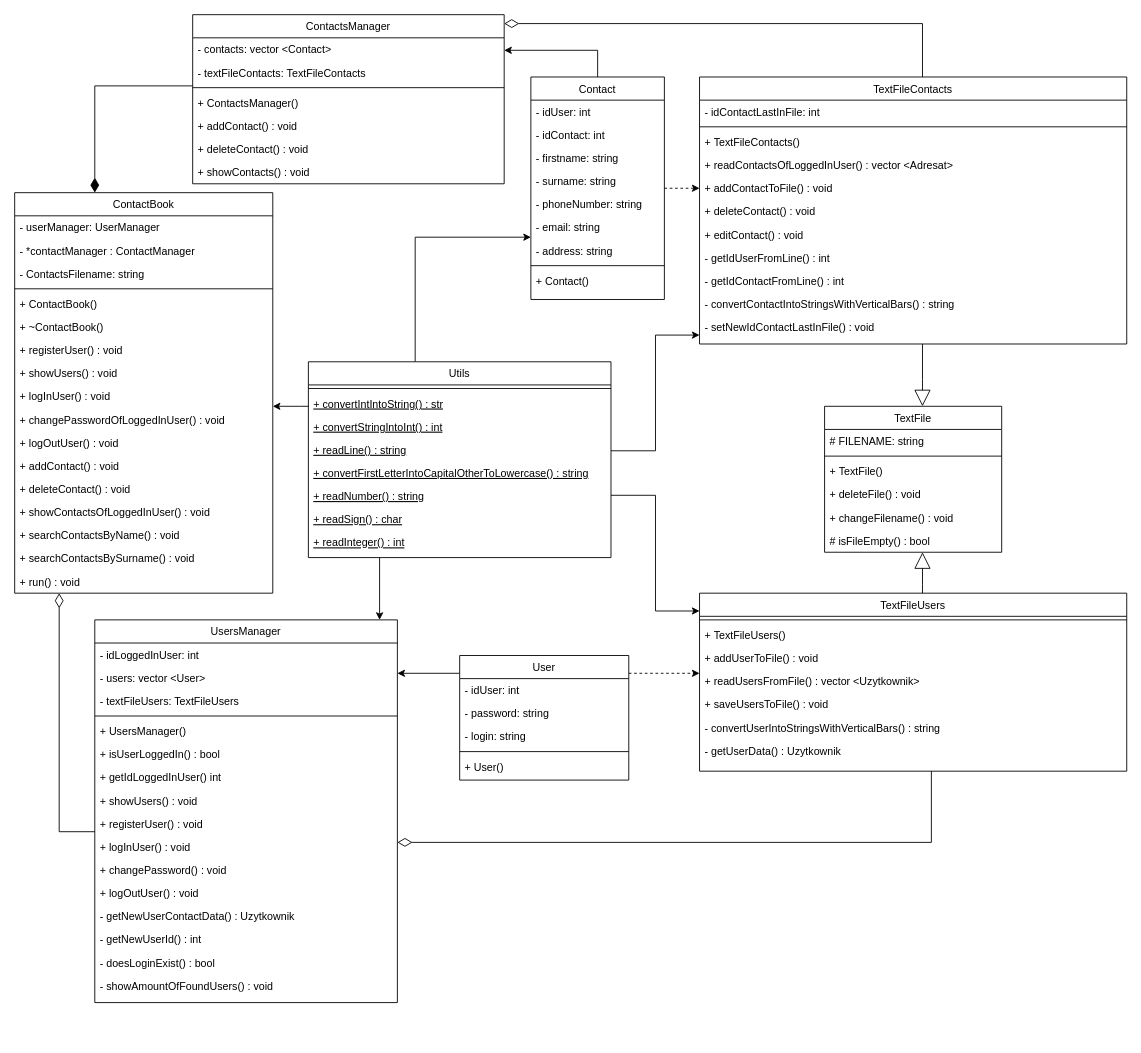
Earlier version of the draw.io diagram doc/contact-book.drawio (MichalWilczek/address-book-FutureProgrammer). Source tidied: cells renumbered, new cells numbered last; positions are measured from the earlier drawing's top-left corner, leaving out a move shared by most shapes. Both pictures are drawn from the tidied source at 89%, with x=0, y=0 at pixel (14, 14).
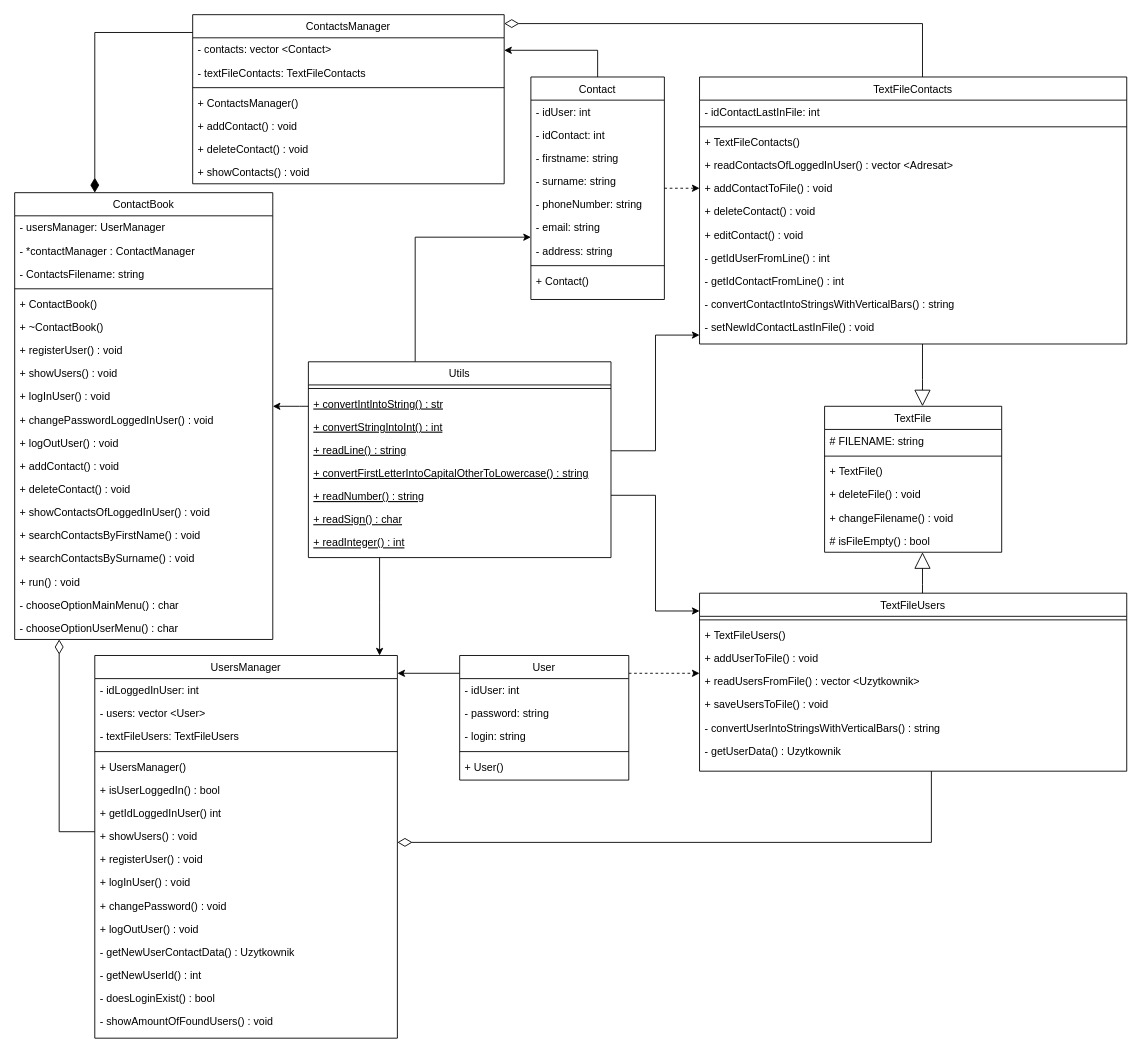
The same page after the edit.

The change refers to these unchanged cells:
```xml
<mxCell id="58" value="ContactsManager" style="swimlane;fontStyle=0;align=center;verticalAlign=top;horizontal=1;startSize=26;rounded=0;shadow=0;strokeWidth=1;" parent="1" vertex="1">
  <mxGeometry x="200" width="350" height="190" as="geometry" />
</mxCell>
```

The edit, as a diff of the source:
```diff
@@
     <mxCell id="2" value="UsersManager" style="swimlane;fontStyle=0;align=center;verticalAlign=top;horizontal=1;startSize=26;rounded=0;shadow=0;strokeWidth=1;" parent="1" vertex="1">
-      <mxGeometry x="90" y="680" width="340" height="430" as="geometry" />
+      <mxGeometry x="90" y="720" width="340" height="430" as="geometry" />
     </mxCell>
@@
     <mxCell id="66" value="ContactBook" style="swimlane;fontStyle=0;align=center;verticalAlign=top;horizontal=1;startSize=26;rounded=0;shadow=0;strokeWidth=1;" parent="1" vertex="1">
-      <mxGeometry y="200" width="290" height="450" as="geometry" />
+      <mxGeometry y="200" width="290" height="502" as="geometry" />
     </mxCell>
-    <mxCell id="67" value="- userManager: UserManager" style="text;align=left;verticalAlign=top;spacingLeft=4;spacingRight=4;overflow=hidden;rounded=0;shadow=0;html=0;" parent="66" vertex="1">
+    <mxCell id="67" value="- usersManager: UserManager" style="text;align=left;verticalAlign=top;spacingLeft=4;spacingRight=4;overflow=hidden;rounded=0;shadow=0;html=0;" parent="66" vertex="1">
       <mxGeometry y="26" width="290" height="26" as="geometry" />
     </mxCell>
@@
-    <mxCell id="76" value="+ changePasswordOfLoggedInUser() : void" style="text;align=left;verticalAlign=top;spacingLeft=4;spacingRight=4;overflow=hidden;" parent="66" vertex="1">
+    <mxCell id="76" value="+ changePasswordLoggedInUser() : void" style="text;align=left;verticalAlign=top;spacingLeft=4;spacingRight=4;overflow=hidden;" parent="66" vertex="1">
       <mxGeometry y="242" width="290" height="26" as="geometry" />
     </mxCell>
@@
-    <mxCell id="81" value="+ searchContactsByName() : void" style="text;align=left;verticalAlign=top;spacingLeft=4;spacingRight=4;overflow=hidden;" parent="66" vertex="1">
+    <mxCell id="81" value="+ searchContactsByFirstName() : void" style="text;align=left;verticalAlign=top;spacingLeft=4;spacingRight=4;overflow=hidden;" parent="66" vertex="1">
       <mxGeometry y="372" width="290" height="26" as="geometry" />
     </mxCell>
@@
+    <mxCell id="112" value="+ run() : void" style="text;align=left;verticalAlign=top;spacingLeft=4;spacingRight=4;overflow=hidden;" parent="66" vertex="1">
+      <mxGeometry y="424" width="290" height="26" as="geometry" />
+    </mxCell>
+    <mxCell id="113" value="- chooseOptionMainMenu() : char" style="text;align=left;verticalAlign=top;spacingLeft=4;spacingRight=4;overflow=hidden;" parent="66" vertex="1">
+      <mxGeometry y="450" width="290" height="26" as="geometry" />
+    </mxCell>
-    <mxCell id="83" value="+ run() : void" style="text;align=left;verticalAlign=top;spacingLeft=4;spacingRight=4;overflow=hidden;" parent="66" vertex="1">
-      <mxGeometry y="424" width="290" height="26" as="geometry" />
+    <mxCell id="83" value="- chooseOptionUserMenu() : char" style="text;align=left;verticalAlign=top;spacingLeft=4;spacingRight=4;overflow=hidden;" parent="66" vertex="1">
+      <mxGeometry y="476" width="290" height="26" as="geometry" />
     </mxCell>
@@
     <mxCell id="106" style="endArrow=0;html=1;endSize=12;startArrow=diamondThin;startSize=14;startFill=1;edgeStyle=orthogonalEdgeStyle;align=left;verticalAlign=bottom;endFill=1;rounded=0;" parent="1" edge="1" source="66" target="58">
       <mxGeometry x="-0.68" y="-30" relative="1" as="geometry">
         <Array as="points">
-          <mxPoint x="90" y="80" />
+          <mxPoint x="90" y="20" />
         </Array>
       </mxGeometry>
     </mxCell>
```
